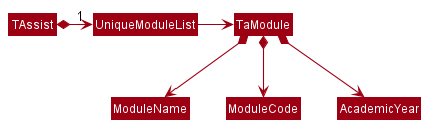
This is docs/images/BetterModelTaModuleClassDiagram.png from nus-cs2103-AY2122S2/tp, a PlantUML export, as it was before one commit. The source it was exported from:
```plantuml
@startuml
!include style.puml
skinparam arrowThickness 1.1
skinparam arrowColor MODEL_COLOR
skinparam classBackgroundColor MODEL_COLOR

TAssist *-right-> "1" UniqueModuleList
UniqueModuleList -right-> TaModule

TaModule *--> ModuleName
TaModule *--> ModuleCode
TaModule *--> AcademicYear
@enduml
```
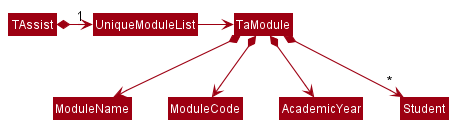
After the change.

Change to the diagram source:
```diff
@@ -10,4 +10,5 @@
 TaModule *--> ModuleName
 TaModule *--> ModuleCode
 TaModule *--> AcademicYear
+TaModule *--> "~*" Student
 @enduml
```
